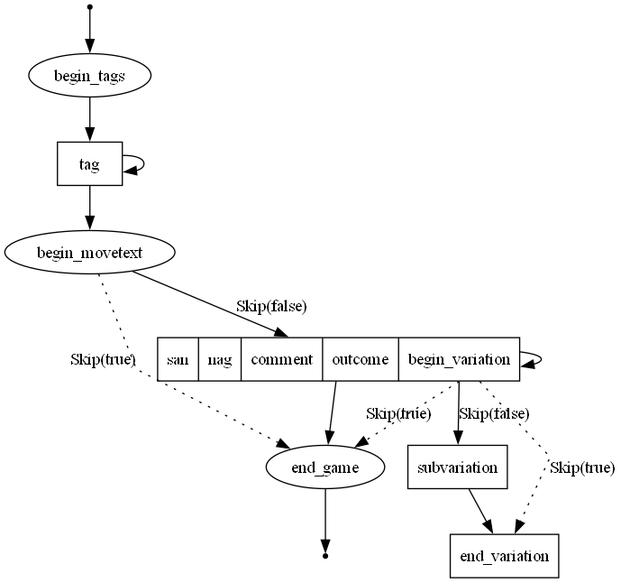
niklasf/shakmaty keeps this Graphviz diagram as pgn-reader/docs/visitor.png. Above is the earlier version. Its source is kept beside it as pgn-reader/docs/visitor.dot. Its diagram source:
```dot
digraph G {
    splines=line;
    S, E [shape=point];

    S -> begin_tags -> tag;
    tag [shape=record,label="tag"];
    tag -> tag -> begin_movetext;

    begin_movetext -> end_game [label="Skip(true)",style=dotted];
    begin_movetext -> moves [label="Skip(false)"];

    moves [shape=record,label="san|nag|comment|outcome|<beginvar>begin_variation"];
    subvariation [shape=record];
    moves:beginvar -> subvariation [label="Skip(false)"];
    end_variation [shape=record];
    subvariation -> end_variation;
    moves:beginvar -> end_variation [label="Skip(true)",style=dotted];
    moves:beginvar -> end_game [label="Skip(true)",style=dotted];
    moves -> moves;

    moves -> end_game -> E;
}
```
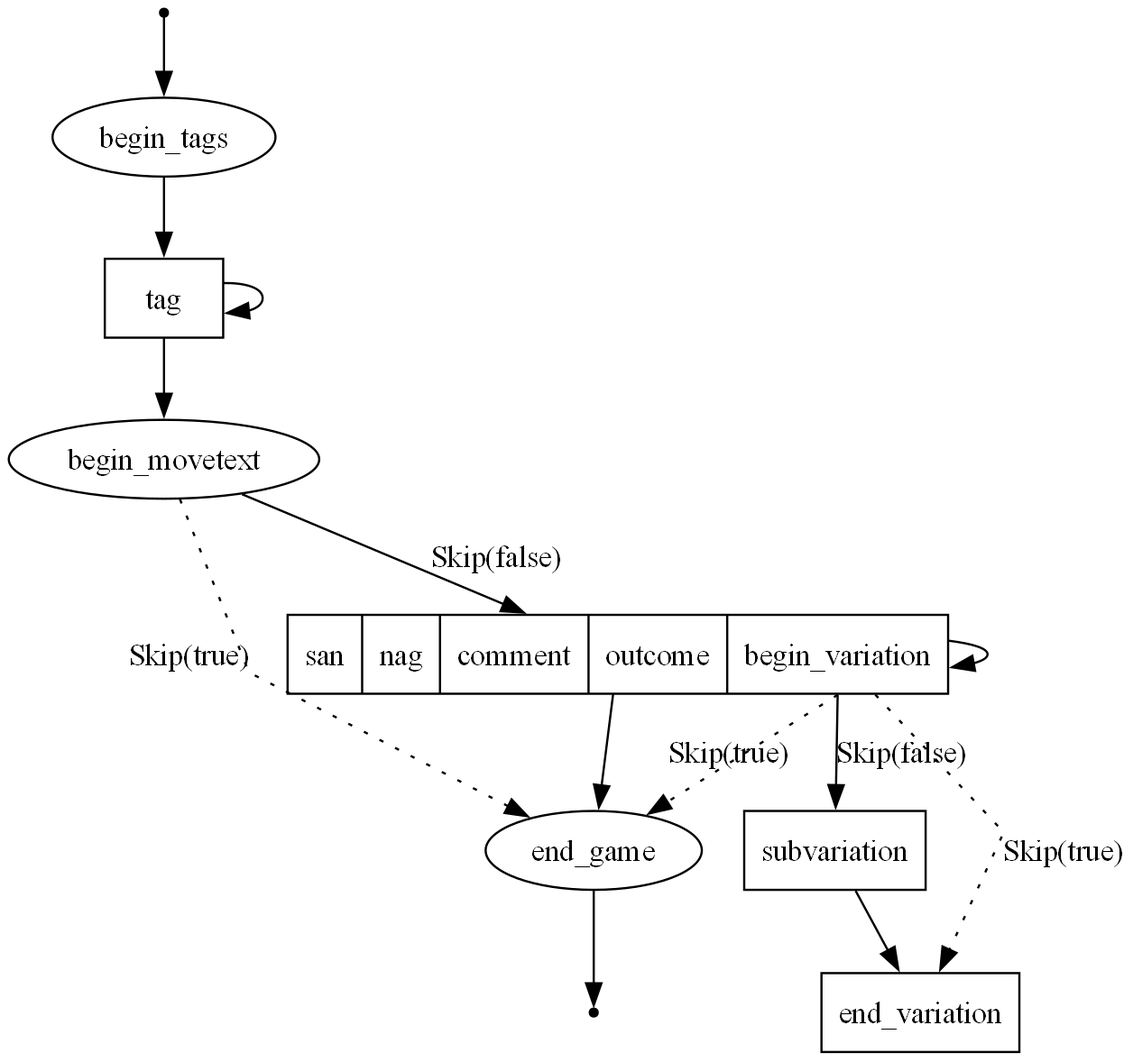
Later version of the same file.

Commit message:
increase graph dpi

Diff of the diagram source:
```diff
@@ -1,5 +1,6 @@
 digraph G {
     splines=line;
+    graph [ dpi = 175 ];
     S, E [shape=point];
 
     S -> begin_tags -> tag;
```
